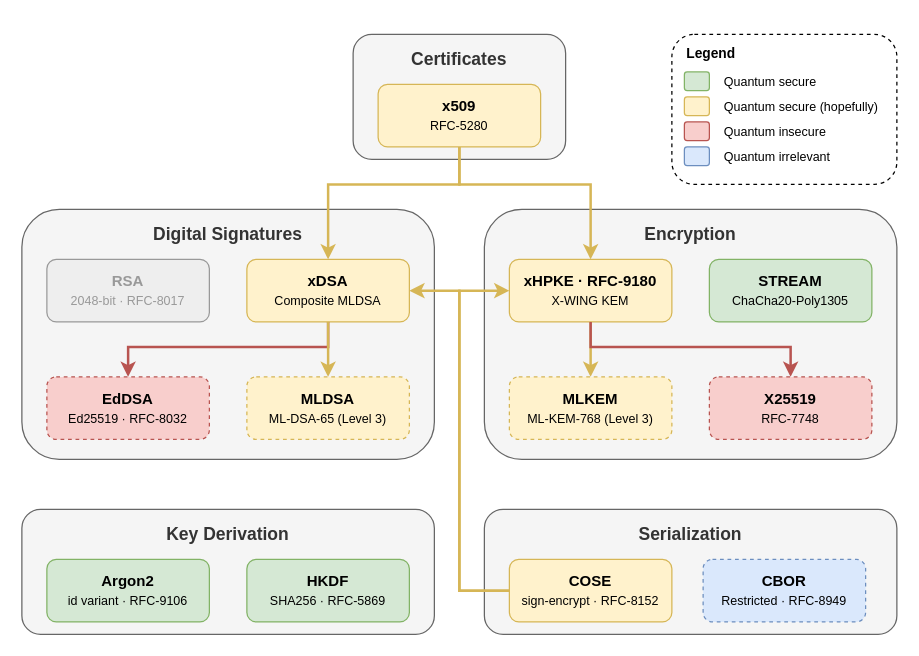
dark-bio/crypto-ts keeps this draw.io diagram as docs/overview.drawio. Above is the earlier version. Source tidied: cells renumbered, new cells numbered last; positions are measured from the earlier drawing's top-left corner, leaving out a move shared by most shapes. Both pictures are drawn from the tidied source at 125%, with x=0, y=0 at pixel (21, 34).
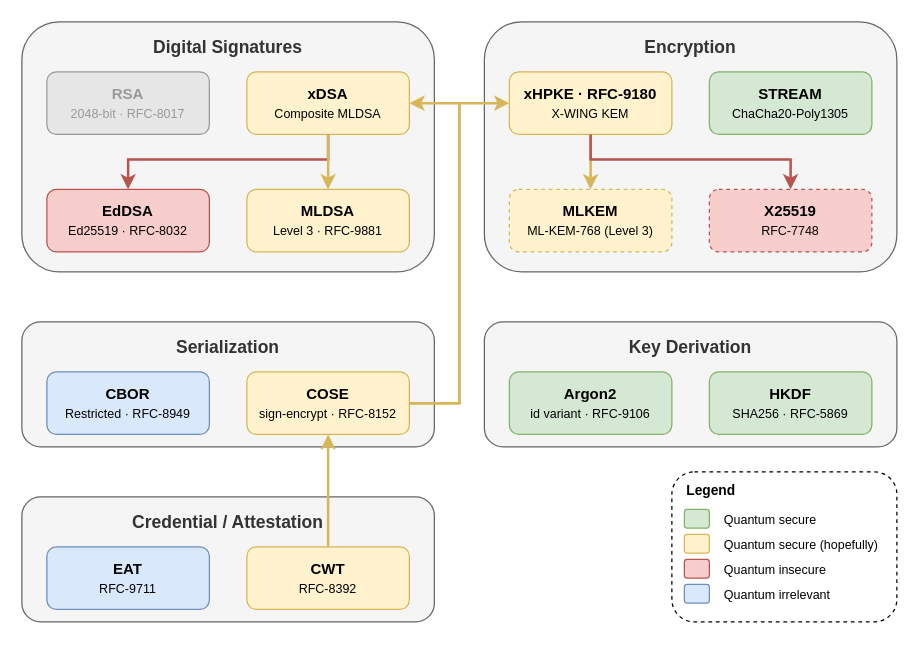
Above is the later version.

Commit message (it also covers changes not shown here):
Update readme and arch diagram

Change to the diagram source:
```diff
@@
-    <mxCell id="2" value="Certificates" style="rounded=1;whiteSpace=wrap;html=1;fillColor=#f5f5f5;strokeColor=#666666;verticalAlign=top;fontStyle=1;fontSize=14;spacingTop=5;shadow=0;fontColor=#333333;" parent="1" vertex="1">
-      <mxGeometry x="265" width="170" height="100" as="geometry" />
-    </mxCell>
-    <mxCell id="3" value="&lt;b&gt;x509&lt;/b&gt;&lt;br&gt;&lt;font style=&quot;font-size:10px&quot;&gt;RFC-5280&lt;/font&gt;" style="rounded=1;whiteSpace=wrap;html=1;fillColor=#fff2cc;strokeColor=#d6b656;shadow=0;" parent="1" vertex="1">
-      <mxGeometry x="285" y="40" width="130" height="50" as="geometry" />
-    </mxCell>
     <mxCell id="4" value="Digital Signatures" style="rounded=1;whiteSpace=wrap;html=1;fillColor=#f5f5f5;strokeColor=#666666;verticalAlign=top;fontStyle=1;fontSize=14;spacingTop=5;shadow=0;fontColor=#333333;" parent="1" vertex="1">
-      <mxGeometry y="140" width="330" height="200" as="geometry" />
+      <mxGeometry y="-10" width="330" height="200" as="geometry" />
     </mxCell>
     <mxCell id="5" value="&lt;b&gt;xDSA&lt;/b&gt;&lt;br&gt;&lt;font style=&quot;font-size:10px&quot;&gt;Composite MLDSA&lt;/font&gt;" style="rounded=1;whiteSpace=wrap;html=1;fillColor=#fff2cc;strokeColor=#d6b656;shadow=0;" parent="1" vertex="1">
-      <mxGeometry x="180" y="180" width="130" height="50" as="geometry" />
+      <mxGeometry x="180" y="30" width="130" height="50" as="geometry" />
     </mxCell>
-    <mxCell id="6" value="&lt;b&gt;EdDSA&lt;/b&gt;&lt;br&gt;&lt;font style=&quot;font-size:10px&quot;&gt;Ed25519 · RFC-8032&lt;/font&gt;" style="rounded=1;whiteSpace=wrap;html=1;fillColor=#f8cecc;strokeColor=#b85450;shadow=0;dashed=1;" parent="1" vertex="1">
-      <mxGeometry x="20" y="274" width="130" height="50" as="geometry" />
+    <mxCell id="6" value="&lt;b&gt;EdDSA&lt;/b&gt;&lt;br&gt;&lt;font style=&quot;font-size:10px&quot;&gt;Ed25519 · RFC-8032&lt;/font&gt;" style="rounded=1;whiteSpace=wrap;html=1;fillColor=#f8cecc;strokeColor=#b85450;shadow=0;" parent="1" vertex="1">
+      <mxGeometry x="20" y="124" width="130" height="50" as="geometry" />
     </mxCell>
-    <mxCell id="7" value="&lt;b&gt;MLDSA&lt;/b&gt;&lt;br&gt;&lt;font style=&quot;font-size:10px&quot;&gt;ML-DSA-65 (Level 3)&lt;/font&gt;" style="rounded=1;whiteSpace=wrap;html=1;fillColor=#fff2cc;strokeColor=#d6b656;shadow=0;dashed=1;" parent="1" vertex="1">
-      <mxGeometry x="180" y="274" width="130" height="50" as="geometry" />
-    </mxCell>
+    <mxCell id="38" value="&lt;b&gt;MLDSA&lt;/b&gt;&lt;br&gt;&lt;font style=&quot;font-size: 10px;&quot;&gt;Level 3 · RFC-&lt;/font&gt;&lt;span style=&quot;font-size: 10px;&quot;&gt;9881&lt;/span&gt;" style="rounded=1;whiteSpace=wrap;html=1;fillColor=#fff2cc;strokeColor=#d6b656;shadow=0;" parent="1" vertex="1">
+      <mxGeometry x="180" y="124" width="130" height="50" as="geometry" />
+    </mxCell>
-    <mxCell id="8" value="&lt;b&gt;RSA&lt;/b&gt;&lt;br&gt;&lt;font style=&quot;font-size:10px&quot;&gt;2048-bit · RFC-8017&lt;/font&gt;" style="rounded=1;whiteSpace=wrap;html=1;fillColor=#eeeeee;strokeColor=#999999;shadow=0;fontColor=#999999;" parent="1" vertex="1">
-      <mxGeometry x="20" y="180" width="130" height="50" as="geometry" />
+    <mxCell id="8" value="&lt;b&gt;RSA&lt;/b&gt;&lt;br&gt;&lt;font style=&quot;font-size:10px&quot;&gt;2048-bit · RFC-8017&lt;/font&gt;" style="rounded=1;whiteSpace=wrap;html=1;fillColor=#E6E6E6;strokeColor=#999999;shadow=0;fontColor=#999999;" parent="1" vertex="1">
+      <mxGeometry x="20" y="30" width="130" height="50" as="geometry" />
     </mxCell>
     <mxCell id="9" value="Encryption" style="rounded=1;whiteSpace=wrap;html=1;fillColor=#f5f5f5;strokeColor=#666666;verticalAlign=top;fontStyle=1;fontSize=14;spacingTop=5;shadow=0;fontColor=#333333;" parent="1" vertex="1">
-      <mxGeometry x="370" y="140" width="330" height="200" as="geometry" />
+      <mxGeometry x="370" y="-10" width="330" height="200" as="geometry" />
     </mxCell>
     <mxCell id="10" value="&lt;b&gt;xHPKE&lt;/b&gt;&lt;font style=&quot;&quot;&gt;&lt;b&gt;&amp;nbsp;· RFC-9180&lt;/b&gt;&lt;/font&gt;&lt;div&gt;&lt;font style=&quot;&quot;&gt;&lt;span style=&quot;font-size: 10px;&quot;&gt;X-WING KEM&lt;/span&gt;&lt;/font&gt;&lt;/div&gt;" style="rounded=1;whiteSpace=wrap;html=1;fillColor=#fff2cc;strokeColor=#d6b656;shadow=0;" parent="1" vertex="1">
-      <mxGeometry x="390" y="180" width="130" height="50" as="geometry" />
+      <mxGeometry x="390" y="30" width="130" height="50" as="geometry" />
     </mxCell>
     <mxCell id="11" value="&lt;b&gt;X25519&lt;/b&gt;&lt;br&gt;&lt;font style=&quot;font-size:10px&quot;&gt;RFC-7748&lt;/font&gt;" style="rounded=1;whiteSpace=wrap;html=1;fillColor=#f8cecc;strokeColor=#b85450;shadow=0;dashed=1;" parent="1" vertex="1">
-      <mxGeometry x="550" y="274" width="130" height="50" as="geometry" />
+      <mxGeometry x="550" y="124" width="130" height="50" as="geometry" />
     </mxCell>
     <mxCell id="12" value="&lt;b&gt;MLKEM&lt;/b&gt;&lt;br&gt;&lt;font style=&quot;font-size:10px&quot;&gt;ML-KEM-768 (Level 3)&lt;/font&gt;" style="rounded=1;whiteSpace=wrap;html=1;fillColor=#fff2cc;strokeColor=#d6b656;shadow=0;dashed=1;" parent="1" vertex="1">
-      <mxGeometry x="390" y="274" width="130" height="50" as="geometry" />
+      <mxGeometry x="390" y="124" width="130" height="50" as="geometry" />
     </mxCell>
     <mxCell id="13" value="&lt;b&gt;STREAM&lt;/b&gt;&lt;br&gt;&lt;font style=&quot;font-size:10px&quot;&gt;ChaCha20-Poly1305&lt;/font&gt;" style="rounded=1;whiteSpace=wrap;html=1;fillColor=#d5e8d4;strokeColor=#82b366;shadow=0;" parent="1" vertex="1">
-      <mxGeometry x="550" y="180" width="130" height="50" as="geometry" />
+      <mxGeometry x="550" y="30" width="130" height="50" as="geometry" />
     </mxCell>
     <mxCell id="14" value="Key Derivation" style="rounded=1;whiteSpace=wrap;html=1;fillColor=#f5f5f5;strokeColor=#666666;verticalAlign=top;fontStyle=1;fontSize=14;spacingTop=5;fontColor=#333333;shadow=0;" parent="1" vertex="1">
-      <mxGeometry y="380" width="330" height="100" as="geometry" />
+      <mxGeometry x="370" y="230" width="330" height="100" as="geometry" />
     </mxCell>
     <mxCell id="15" value="&lt;b&gt;Argon2&lt;/b&gt;&lt;br&gt;&lt;font style=&quot;font-size:10px&quot;&gt;id variant · RFC-9106&lt;/font&gt;" style="rounded=1;whiteSpace=wrap;html=1;fillColor=#d5e8d4;strokeColor=#82b366;shadow=0;" parent="1" vertex="1">
-      <mxGeometry x="20" y="420" width="130" height="50" as="geometry" />
+      <mxGeometry x="390" y="270" width="130" height="50" as="geometry" />
     </mxCell>
     <mxCell id="16" value="Serialization" style="rounded=1;whiteSpace=wrap;html=1;fillColor=#f5f5f5;strokeColor=#666666;verticalAlign=top;fontStyle=1;fontSize=14;spacingTop=5;fontColor=#333333;shadow=0;" parent="1" vertex="1">
-      <mxGeometry x="370" y="380" width="330" height="100" as="geometry" />
+      <mxGeometry y="230" width="330" height="100" as="geometry" />
     </mxCell>
-    <mxCell id="17" value="&lt;b&gt;CBOR&lt;/b&gt;&lt;br&gt;&lt;font style=&quot;font-size:10px&quot;&gt;Restricted&amp;nbsp;·&amp;nbsp;RFC-8949&lt;/font&gt;" style="rounded=1;whiteSpace=wrap;html=1;fillColor=#dae8fc;strokeColor=#6c8ebf;shadow=0;dashed=1;" parent="1" vertex="1">
-      <mxGeometry x="545" y="420" width="130" height="50" as="geometry" />
+    <mxCell id="17" value="&lt;b&gt;CBOR&lt;/b&gt;&lt;br&gt;&lt;font style=&quot;font-size:10px&quot;&gt;Restricted&amp;nbsp;·&amp;nbsp;RFC-8949&lt;/font&gt;" style="rounded=1;whiteSpace=wrap;html=1;fillColor=#dae8fc;strokeColor=#6c8ebf;shadow=0;" parent="1" vertex="1">
+      <mxGeometry x="20" y="270" width="130" height="50" as="geometry" />
     </mxCell>
-    <mxCell id="18" style="edgeStyle=orthogonalEdgeStyle;rounded=0;jettySize=auto;html=1;strokeColor=#d6b656;strokeWidth=2;endArrow=classic;shadow=0;fillColor=#fff2cc;" parent="1" edge="1" source="3" target="5">
-      <mxGeometry relative="1" as="geometry">
-        <Array as="points">
-          <mxPoint x="350" y="120" />
-          <mxPoint x="245" y="120" />
-        </Array>
-      </mxGeometry>
-    </mxCell>
-    <mxCell id="19" style="edgeStyle=orthogonalEdgeStyle;rounded=0;jettySize=auto;html=1;strokeColor=#d6b656;strokeWidth=2;endArrow=classic;shadow=0;fillColor=#fff2cc;" parent="1" edge="1" source="3" target="10">
-      <mxGeometry relative="1" as="geometry">
-        <Array as="points">
-          <mxPoint x="350" y="120" />
-          <mxPoint x="455" y="120" />
-        </Array>
-      </mxGeometry>
-    </mxCell>
     <mxCell id="20" style="edgeStyle=orthogonalEdgeStyle;rounded=0;jettySize=auto;html=1;strokeColor=#b85450;strokeWidth=2;endArrow=classic;shadow=0;entryX=0.5;entryY=0;entryDx=0;entryDy=0;fillColor=#f8cecc;" parent="1" edge="1" source="5" target="6">
       <mxGeometry relative="1" as="geometry">
         <Array as="points">
-          <mxPoint x="245" y="250" />
-          <mxPoint x="85" y="250" />
+          <mxPoint x="245" y="100" />
+          <mxPoint x="85" y="100" />
         </Array>
       </mxGeometry>
     </mxCell>
-    <mxCell id="21" style="edgeStyle=orthogonalEdgeStyle;rounded=0;jettySize=auto;html=1;strokeColor=#d6b656;strokeWidth=2;endArrow=classic;shadow=0;fillColor=#fff2cc;" parent="1" edge="1" source="5" target="7">
-      <mxGeometry relative="1" as="geometry" />
-    </mxCell>
+    <mxCell id="39" style="edgeStyle=orthogonalEdgeStyle;rounded=0;jettySize=auto;html=1;strokeColor=#d6b656;strokeWidth=2;endArrow=classic;shadow=0;fillColor=#fff2cc;" parent="1" edge="1" source="5" target="38">
+      <mxGeometry relative="1" as="geometry" />
+    </mxCell>
     <mxCell id="22" style="edgeStyle=orthogonalEdgeStyle;rounded=0;jettySize=auto;html=1;strokeColor=#d6b656;strokeWidth=2;endArrow=classic;shadow=0;fillColor=#fff2cc;" parent="1" edge="1" source="10" target="12">
       <mxGeometry relative="1" as="geometry">
         <Array as="points">
-          <mxPoint x="455" y="260" />
-          <mxPoint x="455" y="260" />
+          <mxPoint x="455" y="110" />
+          <mxPoint x="455" y="110" />
         </Array>
       </mxGeometry>
     </mxCell>
     <mxCell id="23" style="edgeStyle=orthogonalEdgeStyle;rounded=0;jettySize=auto;html=1;strokeColor=#b85450;strokeWidth=2;endArrow=classic;shadow=0;fillColor=#f8cecc;" parent="1" edge="1" source="10" target="11">
       <mxGeometry relative="1" as="geometry">
         <Array as="points">
-          <mxPoint x="455" y="250" />
-          <mxPoint x="615" y="250" />
+          <mxPoint x="455" y="100" />
+          <mxPoint x="615" y="100" />
         </Array>
       </mxGeometry>
     </mxCell>
-    <mxCell id="24" style="rounded=1;whiteSpace=wrap;html=1;strokeWidth=1;dashed=1;" parent="1" vertex="1">
-      <mxGeometry x="520" width="180" height="120" as="geometry" />
-    </mxCell>
+    <mxCell id="40" style="rounded=1;whiteSpace=wrap;html=1;strokeWidth=1;dashed=1;" parent="1" vertex="1">
+      <mxGeometry x="520" y="350" width="180" height="120" as="geometry" />
+    </mxCell>
     <mxCell id="25" value="&lt;b&gt;Legend&lt;/b&gt;" style="text;html=1;strokeColor=none;fillColor=none;align=left;verticalAlign=middle;whiteSpace=wrap;rounded=0;fontSize=11;" parent="1" vertex="1">
-      <mxGeometry x="530" y="5" width="60" height="20" as="geometry" />
+      <mxGeometry x="530" y="355" width="60" height="20" as="geometry" />
     </mxCell>
-    <mxCell id="26" style="rounded=1;whiteSpace=wrap;html=1;fillColor=#d5e8d4;strokeColor=#82b366;" parent="1" vertex="1">
-      <mxGeometry x="530" y="30" width="20" height="15" as="geometry" />
-    </mxCell>
+    <mxCell id="41" style="rounded=1;whiteSpace=wrap;html=1;fillColor=#d5e8d4;strokeColor=#82b366;" parent="1" vertex="1">
+      <mxGeometry x="530" y="380" width="20" height="15" as="geometry" />
+    </mxCell>
     <mxCell id="27" value="Quantum secure" style="text;html=1;strokeColor=none;fillColor=none;align=left;verticalAlign=middle;whiteSpace=wrap;rounded=0;fontSize=10;" parent="1" vertex="1">
-      <mxGeometry x="560" y="30" width="80" height="15" as="geometry" />
+      <mxGeometry x="560" y="380" width="80" height="15" as="geometry" />
     </mxCell>
-    <mxCell id="28" style="rounded=1;whiteSpace=wrap;html=1;fillColor=#f8cecc;strokeColor=#b85450;" parent="1" vertex="1">
-      <mxGeometry x="530" y="70" width="20" height="15" as="geometry" />
-    </mxCell>
+    <mxCell id="42" style="rounded=1;whiteSpace=wrap;html=1;fillColor=#f8cecc;strokeColor=#b85450;" parent="1" vertex="1">
+      <mxGeometry x="530" y="420" width="20" height="15" as="geometry" />
+    </mxCell>
     <mxCell id="29" value="Quantum insecure" style="text;html=1;strokeColor=none;fillColor=none;align=left;verticalAlign=middle;whiteSpace=wrap;rounded=0;fontSize=10;" parent="1" vertex="1">
-      <mxGeometry x="560" y="70" width="100" height="15" as="geometry" />
+      <mxGeometry x="560" y="420" width="100" height="15" as="geometry" />
     </mxCell>
-    <mxCell id="30" style="rounded=1;whiteSpace=wrap;html=1;fillColor=#fff2cc;strokeColor=#d6b656;" parent="1" vertex="1">
-      <mxGeometry x="530" y="50" width="20" height="15" as="geometry" />
-    </mxCell>
+    <mxCell id="43" style="rounded=1;whiteSpace=wrap;html=1;fillColor=#fff2cc;strokeColor=#d6b656;" parent="1" vertex="1">
+      <mxGeometry x="530" y="400" width="20" height="15" as="geometry" />
+    </mxCell>
     <mxCell id="31" value="Quantum secure (hopefully)" style="text;html=1;strokeColor=none;fillColor=none;align=left;verticalAlign=middle;whiteSpace=wrap;rounded=0;fontSize=10;" parent="1" vertex="1">
-      <mxGeometry x="560" y="50" width="130" height="15" as="geometry" />
+      <mxGeometry x="560" y="400" width="130" height="15" as="geometry" />
     </mxCell>
-    <mxCell id="32" style="rounded=1;whiteSpace=wrap;html=1;fillColor=#dae8fc;strokeColor=#6c8ebf;" parent="1" vertex="1">
-      <mxGeometry x="530" y="90" width="20" height="15" as="geometry" />
-    </mxCell>
+    <mxCell id="44" style="rounded=1;whiteSpace=wrap;html=1;fillColor=#dae8fc;strokeColor=#6c8ebf;" parent="1" vertex="1">
+      <mxGeometry x="530" y="440" width="20" height="15" as="geometry" />
+    </mxCell>
     <mxCell id="33" value="Quantum irrelevant" style="text;html=1;strokeColor=none;fillColor=none;align=left;verticalAlign=middle;whiteSpace=wrap;rounded=0;fontSize=10;" parent="1" vertex="1">
-      <mxGeometry x="560" y="90" width="100" height="15" as="geometry" />
+      <mxGeometry x="560" y="440" width="100" height="15" as="geometry" />
     </mxCell>
     <mxCell id="34" value="&lt;b&gt;HKDF&lt;/b&gt;&lt;br&gt;&lt;span style=&quot;font-size: 10px;&quot;&gt;SHA256&lt;/span&gt;&lt;span style=&quot;font-size: 10px;&quot;&gt;&amp;nbsp;·&amp;nbsp;&lt;/span&gt;&lt;span style=&quot;font-size: 10px;&quot;&gt;RFC-5869&lt;/span&gt;" style="rounded=1;whiteSpace=wrap;html=1;fillColor=#d5e8d4;strokeColor=#82b366;shadow=0;" parent="1" vertex="1">
-      <mxGeometry x="180" y="420" width="130" height="50" as="geometry" />
+      <mxGeometry x="550" y="270" width="130" height="50" as="geometry" />
     </mxCell>
     <mxCell id="35" value="&lt;b&gt;COSE&lt;/b&gt;&lt;br&gt;&lt;font style=&quot;font-size:10px&quot;&gt;sign-encrypt · RFC-&lt;/font&gt;&lt;span style=&quot;font-size: 10px;&quot;&gt;8152&lt;/span&gt;" style="rounded=1;whiteSpace=wrap;html=1;fillColor=#fff2cc;strokeColor=#d6b656;shadow=0;" parent="1" vertex="1">
-      <mxGeometry x="390" y="420" width="130" height="50" as="geometry" />
+      <mxGeometry x="180" y="270" width="130" height="50" as="geometry" />
     </mxCell>
-    <mxCell id="36" style="edgeStyle=orthogonalEdgeStyle;rounded=0;jettySize=auto;html=1;strokeColor=#d6b656;strokeWidth=2;endArrow=classic;shadow=0;fillColor=#fff2cc;exitX=0;exitY=0.5;exitDx=0;exitDy=0;entryX=1;entryY=0.5;entryDx=0;entryDy=0;" parent="1" edge="1" source="35" target="5">
-      <mxGeometry relative="1" as="geometry">
-        <Array as="points">
-          <mxPoint x="350" y="445" />
-          <mxPoint x="350" y="205" />
-        </Array>
-      </mxGeometry>
-    </mxCell>
-    <mxCell id="37" style="edgeStyle=orthogonalEdgeStyle;rounded=0;jettySize=auto;html=1;strokeColor=#d6b656;strokeWidth=2;endArrow=classic;shadow=0;fillColor=#fff2cc;exitX=0;exitY=0.5;exitDx=0;exitDy=0;entryX=0;entryY=0.5;entryDx=0;entryDy=0;" parent="1" edge="1" source="35" target="10">
-      <mxGeometry relative="1" as="geometry">
-        <Array as="points">
-          <mxPoint x="350" y="445" />
-          <mxPoint x="350" y="205" />
-        </Array>
-      </mxGeometry>
-    </mxCell>
+    <mxCell id="45" style="edgeStyle=orthogonalEdgeStyle;rounded=0;jettySize=auto;html=1;strokeColor=#d6b656;strokeWidth=2;endArrow=classic;shadow=0;fillColor=#fff2cc;entryX=1;entryY=0.5;entryDx=0;entryDy=0;" parent="1" edge="1" target="5">
+      <mxGeometry relative="1" as="geometry">
+        <mxPoint x="310" y="295" as="sourcePoint" />
+        <Array as="points">
+          <mxPoint x="350" y="295" />
+          <mxPoint x="350" y="55" />
+        </Array>
+      </mxGeometry>
+    </mxCell>
+    <mxCell id="46" style="edgeStyle=orthogonalEdgeStyle;rounded=0;jettySize=auto;html=1;strokeColor=#d6b656;strokeWidth=2;endArrow=classic;shadow=0;fillColor=#fff2cc;entryX=0;entryY=0.5;entryDx=0;entryDy=0;" parent="1" edge="1" target="10">
+      <mxGeometry relative="1" as="geometry">
+        <mxPoint x="310" y="295" as="sourcePoint" />
+        <Array as="points">
+          <mxPoint x="350" y="295" />
+          <mxPoint x="350" y="55" />
+        </Array>
+      </mxGeometry>
+    </mxCell>
+    <mxCell id="47" value="Credential / Attestation" style="rounded=1;whiteSpace=wrap;html=1;fillColor=#f5f5f5;strokeColor=#666666;verticalAlign=top;fontStyle=1;fontSize=14;spacingTop=5;fontColor=#333333;shadow=0;" parent="1" vertex="1">
+      <mxGeometry y="370" width="330" height="100" as="geometry" />
+    </mxCell>
+    <mxCell id="48" value="&lt;b&gt;CWT&lt;/b&gt;&lt;br&gt;&lt;span style=&quot;font-size: 10px;&quot;&gt;RFC-8392&lt;/span&gt;" style="rounded=1;whiteSpace=wrap;html=1;fillColor=#fff2cc;strokeColor=#d6b656;shadow=0;" parent="1" vertex="1">
+      <mxGeometry x="180" y="410" width="130" height="50" as="geometry" />
+    </mxCell>
+    <mxCell id="49" value="&lt;b&gt;EAT&lt;/b&gt;&lt;br&gt;&lt;span style=&quot;font-size: 10px;&quot;&gt;RFC-9711&lt;/span&gt;" style="rounded=1;whiteSpace=wrap;html=1;fillColor=#dae8fc;strokeColor=#6c8ebf;shadow=0;" parent="1" vertex="1">
+      <mxGeometry x="20" y="410" width="130" height="50" as="geometry" />
+    </mxCell>
+    <mxCell id="50" style="edgeStyle=orthogonalEdgeStyle;rounded=0;jettySize=auto;html=1;strokeColor=#d6b656;strokeWidth=2;endArrow=classic;shadow=0;fillColor=#fff2cc;entryX=0.5;entryY=1;entryDx=0;entryDy=0;exitX=0.5;exitY=0;exitDx=0;exitDy=0;" parent="1" edge="1" source="48" target="35">
+      <mxGeometry relative="1" as="geometry" />
+    </mxCell>
```
